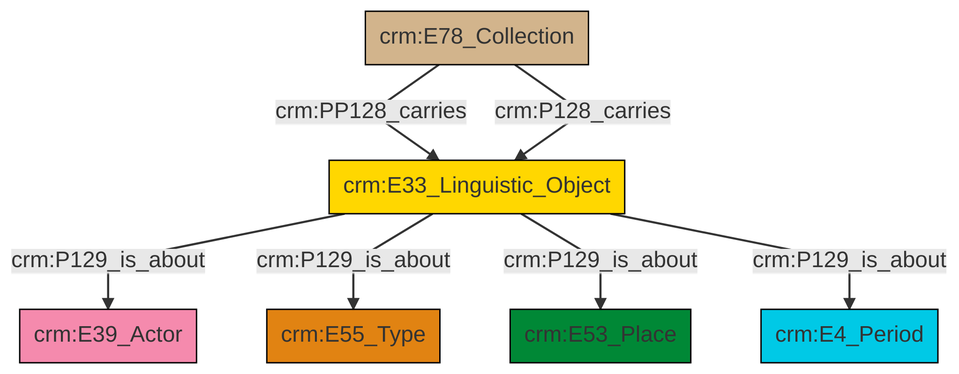
swiss-art-research-net/docs.swissartresearch keeps this Mermaid diagram as et/archivalCSV/ttl/mmd/png/archival_aboutness.png. Above is the earlier version. Its source is kept beside it as et/archivalCSV/ttl/mmd/archival_aboutness.ttl.mmd.
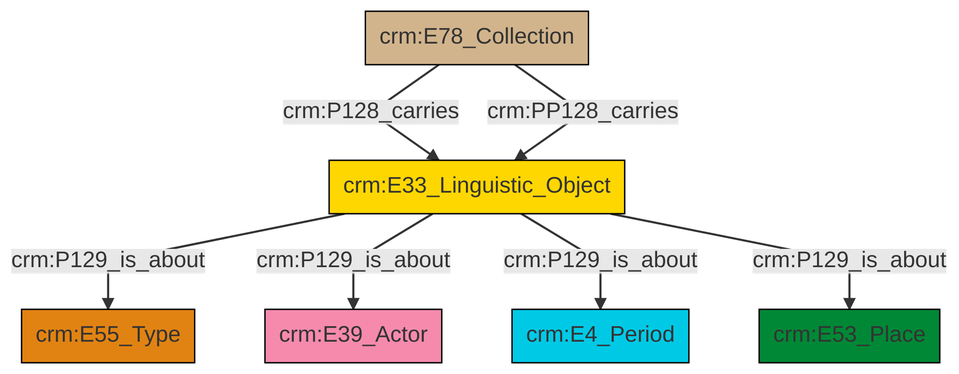
Above is the later version.

The edit, as a diff of the source:
```diff
@@ -13,9 +13,9 @@
 classDef PC_Classes fill:#4ce600, stroke:#000000;
 classDef Multi fill:#cccccc,stroke:#000000;
 
+0["crm:E78_Collection"]:::Physical_Thing -->|crm:P128_carries| 1["crm:E33_Linguistic_Object"]:::Conceptual_Object
+1["crm:E33_Linguistic_Object"]:::Conceptual_Object -->|crm:P129_is_about| 4["crm:E55_Type"]:::Type
+1["crm:E33_Linguistic_Object"]:::Conceptual_Object -->|crm:P129_is_about| 2["crm:E39_Actor"]:::Actor
+1["crm:E33_Linguistic_Object"]:::Conceptual_Object -->|crm:P129_is_about| 6["crm:E4_Period"]:::Temporal_Entity
+1["crm:E33_Linguistic_Object"]:::Conceptual_Object -->|crm:P129_is_about| 7["crm:E53_Place"]:::Place
 0["crm:E78_Collection"]:::Physical_Thing -->|crm:PP128_carries| 1["crm:E33_Linguistic_Object"]:::Conceptual_Object
-0["crm:E78_Collection"]:::Physical_Thing -->|crm:P128_carries| 1["crm:E33_Linguistic_Object"]:::Conceptual_Object
-1["crm:E33_Linguistic_Object"]:::Conceptual_Object -->|crm:P129_is_about| 6["crm:E39_Actor"]:::Actor
-1["crm:E33_Linguistic_Object"]:::Conceptual_Object -->|crm:P129_is_about| 4["crm:E55_Type"]:::Type
-1["crm:E33_Linguistic_Object"]:::Conceptual_Object -->|crm:P129_is_about| 9["crm:E53_Place"]:::Place
-1["crm:E33_Linguistic_Object"]:::Conceptual_Object -->|crm:P129_is_about| 2["crm:E4_Period"]:::Temporal_Entity
```
